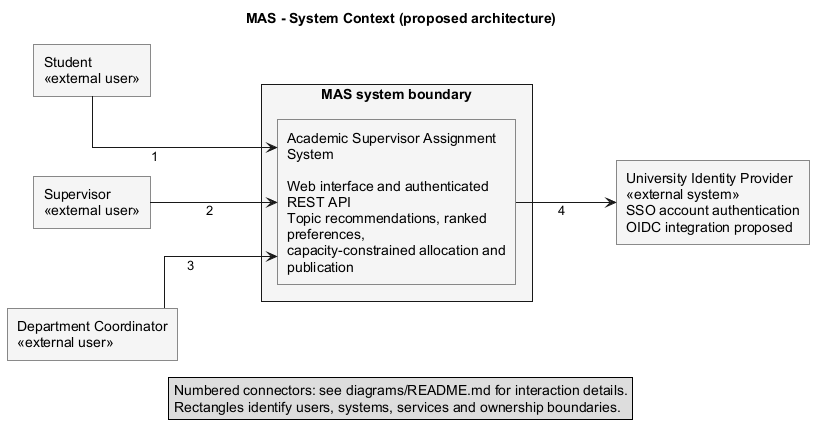
Before: diagrams/rendered/system-context.png, a diagram exported from PlantUML (Diasb4/Diploma). Source of this version:
```plantuml
@startuml system-context
title MAS - System Context (proposed architecture)
left to right direction
skinparam shadowing false
skinparam linetype ortho
skinparam roundcorner 0
skinparam nodesep 80
skinparam ranksep 100
skinparam defaultFontName Arial
skinparam wrapWidth 220
skinparam rectangleBackgroundColor #F5F5F5
rectangle "Student\n<<external user>>" as student
rectangle "Supervisor\n<<external user>>" as supervisor
rectangle "Department Coordinator\n<<external user>>" as coordinator
rectangle "MAS system boundary" {
  rectangle "Academic Supervisor Assignment System\n\nWeb interface and authenticated REST API\nTopic recommendations, ranked preferences,\ncapacity-constrained allocation and publication" as mas
}
rectangle "University Identity Provider\n<<external system>>\nSSO account authentication\nOIDC integration proposed" as idp
student --> mas : 1
supervisor --> mas : 2
coordinator --> mas : 3
mas --> idp : 4
legend bottom
  Numbered connectors: see diagrams/README.md for interaction details.
  Rectangles identify users, systems, services and ownership boundaries.
endlegend
@enduml
```
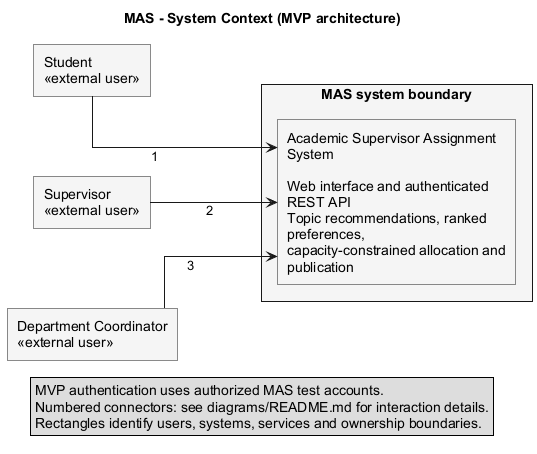
After the commit.

Commit message:
MAS-7a: Align MVP diagrams with local authentication and deadline

Diff of the diagram source:
```diff
@@ -1,5 +1,5 @@
 @startuml system-context
-title MAS - System Context (proposed architecture)
+title MAS - System Context (MVP architecture)
 left to right direction
 skinparam shadowing false
 skinparam linetype ortho
@@ -15,12 +15,11 @@
 rectangle "MAS system boundary" {
   rectangle "Academic Supervisor Assignment System\n\nWeb interface and authenticated REST API\nTopic recommendations, ranked preferences,\ncapacity-constrained allocation and publication" as mas
 }
-rectangle "University Identity Provider\n<<external system>>\nSSO account authentication\nOIDC integration proposed" as idp
 student --> mas : 1
 supervisor --> mas : 2
 coordinator --> mas : 3
-mas --> idp : 4
 legend bottom
+  MVP authentication uses authorized MAS test accounts.
   Numbered connectors: see diagrams/README.md for interaction details.
   Rectangles identify users, systems, services and ownership boundaries.
 endlegend
```
